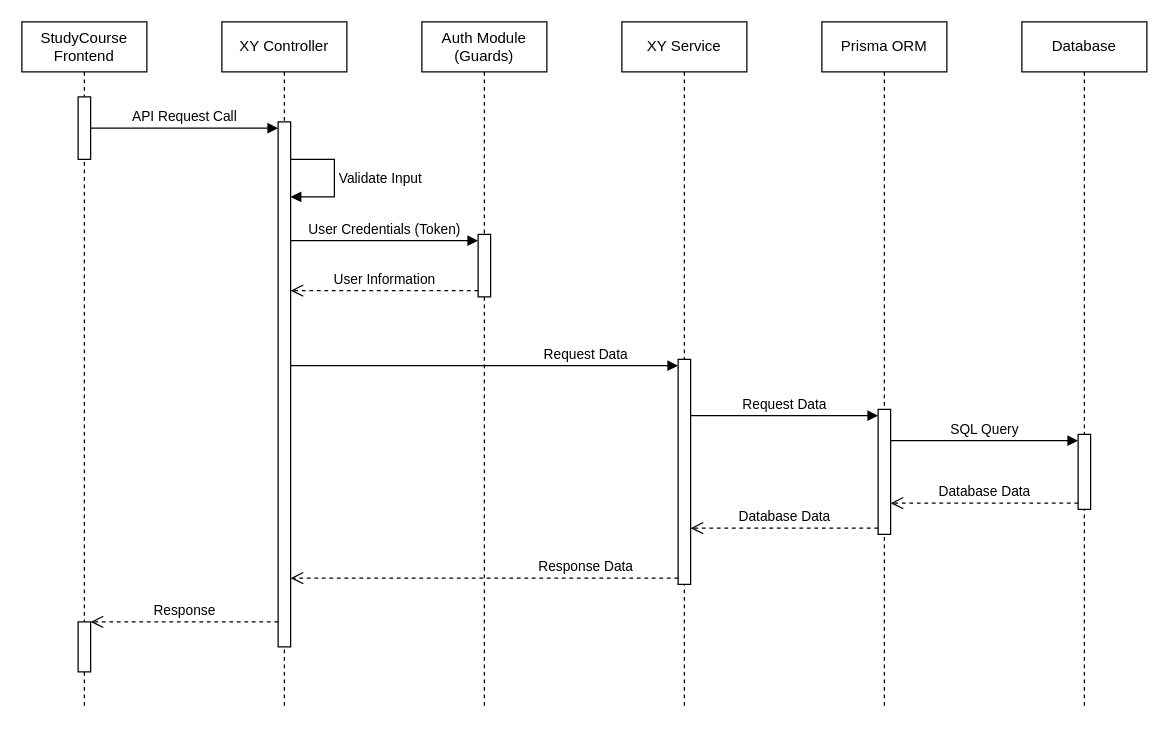
This is Sequence_Diagram_lcms_1.drawio from MarkTkachov/lcms_diagrams, a draw.io file, before an edit. Source tidied: cells renumbered, new cells numbered last; positions are measured from the earlier drawing's top-left corner, leaving out a move shared by most shapes. Both pictures are drawn from the tidied source at 125%, with x=0, y=0 at pixel (21, 21).
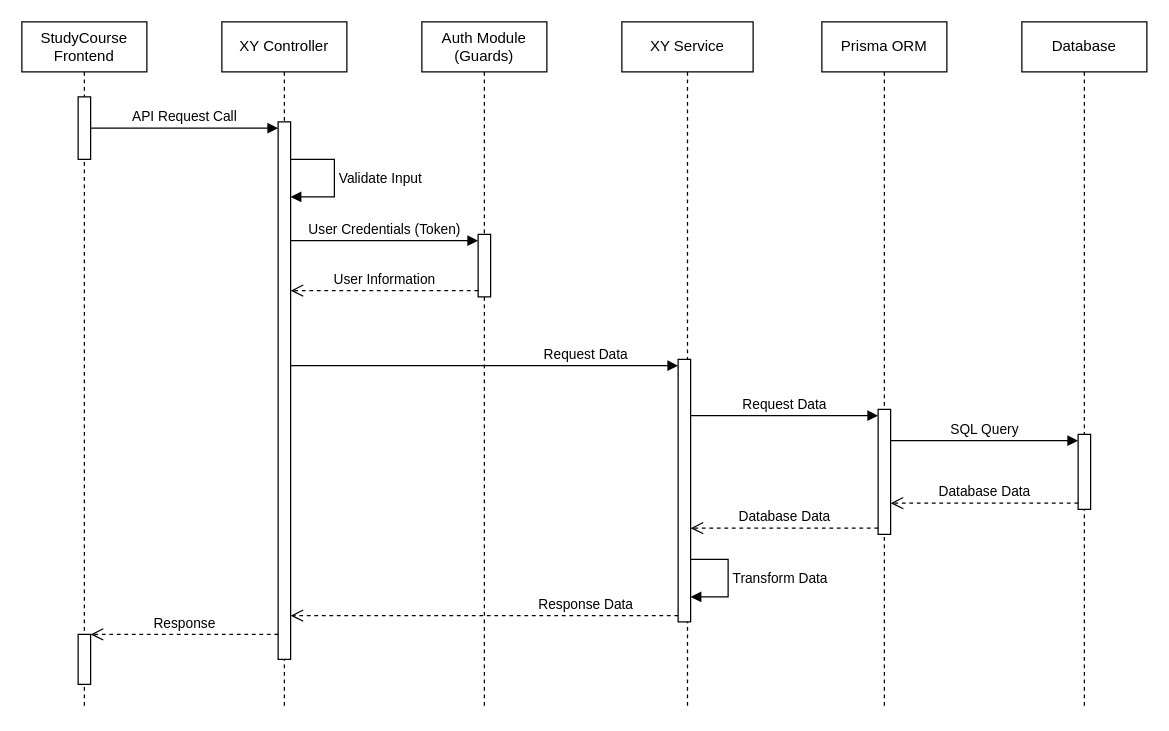
The same page after the edit.

The change refers to these unchanged cells:
```xml
<mxCell id="2" value="&lt;div&gt;StudyCourse&lt;/div&gt;&lt;div&gt;Frontend&lt;br&gt;&lt;/div&gt;" style="shape=umlLifeline;perimeter=lifelinePerimeter;whiteSpace=wrap;html=1;newEdgeStyle={&quot;curved&quot;:0,&quot;rounded&quot;:0};" parent="1" vertex="1">
  <mxGeometry width="100" height="550" as="geometry" />
</mxCell>
<mxCell id="5" value="XY Controller" style="shape=umlLifeline;perimeter=lifelinePerimeter;whiteSpace=wrap;html=1;newEdgeStyle={&quot;curved&quot;:0,&quot;rounded&quot;:0};" parent="1" vertex="1">
  <mxGeometry x="160" width="100" height="550" as="geometry" />
</mxCell>
```

What changed in the source:
```diff
@@
     <mxCell id="4" style="html=1;points=[[0,0,0,0,5],[0,1,0,0,-5],[1,0,0,0,5],[1,1,0,0,-5]];perimeter=orthogonalPerimeter;outlineConnect=0;targetShapes=umlLifeline;portConstraint=eastwest;newEdgeStyle={&quot;curved&quot;:0,&quot;rounded&quot;:0};" parent="2" vertex="1">
-      <mxGeometry x="45" y="480" width="10" height="40" as="geometry" />
+      <mxGeometry x="45" y="490" width="10" height="40" as="geometry" />
     </mxCell>
@@
     <mxCell id="6" style="html=1;points=[[0,0,0,0,5],[0,1,0,0,-5],[1,0,0,0,5],[1,1,0,0,-5]];perimeter=orthogonalPerimeter;outlineConnect=0;targetShapes=umlLifeline;portConstraint=eastwest;newEdgeStyle={&quot;curved&quot;:0,&quot;rounded&quot;:0};" parent="5" vertex="1">
-      <mxGeometry x="45" y="80" width="10" height="420" as="geometry" />
+      <mxGeometry x="45" y="80" width="10" height="430" as="geometry" />
     </mxCell>
@@
     <mxCell id="8" value="XY Service" style="shape=umlLifeline;perimeter=lifelinePerimeter;whiteSpace=wrap;html=1;newEdgeStyle={&quot;curved&quot;:0,&quot;rounded&quot;:0};" parent="1" vertex="1">
-      <mxGeometry x="480" width="100" height="550" as="geometry" />
+      <mxGeometry x="480" width="105" height="550" as="geometry" />
     </mxCell>
     <mxCell id="9" style="html=1;points=[[0,0,0,0,5],[0,1,0,0,-5],[1,0,0,0,5],[1,1,0,0,-5]];perimeter=orthogonalPerimeter;outlineConnect=0;targetShapes=umlLifeline;portConstraint=eastwest;newEdgeStyle={&quot;curved&quot;:0,&quot;rounded&quot;:0};" parent="8" vertex="1">
-      <mxGeometry x="45" y="270" width="10" height="180" as="geometry" />
+      <mxGeometry x="45" y="270" width="10" height="210" as="geometry" />
     </mxCell>
+    <mxCell id="26" value="Transform Data" style="html=1;align=left;spacingLeft=2;endArrow=block;rounded=0;edgeStyle=orthogonalEdgeStyle;curved=0;rounded=0;" parent="8" edge="1" source="9" target="9">
+      <mxGeometry relative="1" as="geometry">
+        <Array as="points">
+          <mxPoint x="85" y="430" />
+          <mxPoint x="85" y="460" />
+        </Array>
+      </mxGeometry>
+    </mxCell>
```
